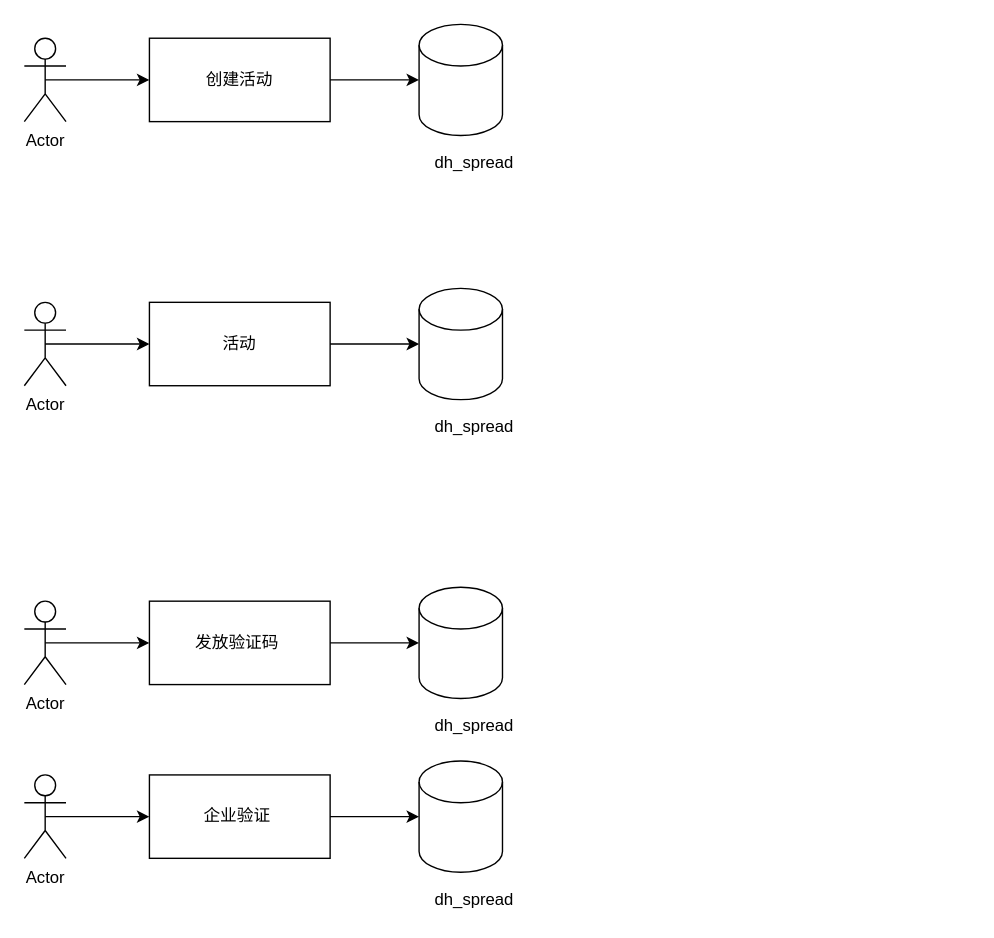
Above: Untitled Diagram.drawio in crazingforlove/learngit (draw.io), before the change. Source tidied: cells renumbered, new cells numbered last; positions are measured from the earlier drawing's top-left corner, leaving out a move shared by most shapes. Both pictures are drawn from the tidied source at 139%, with x=0, y=0 at pixel (24, 24).
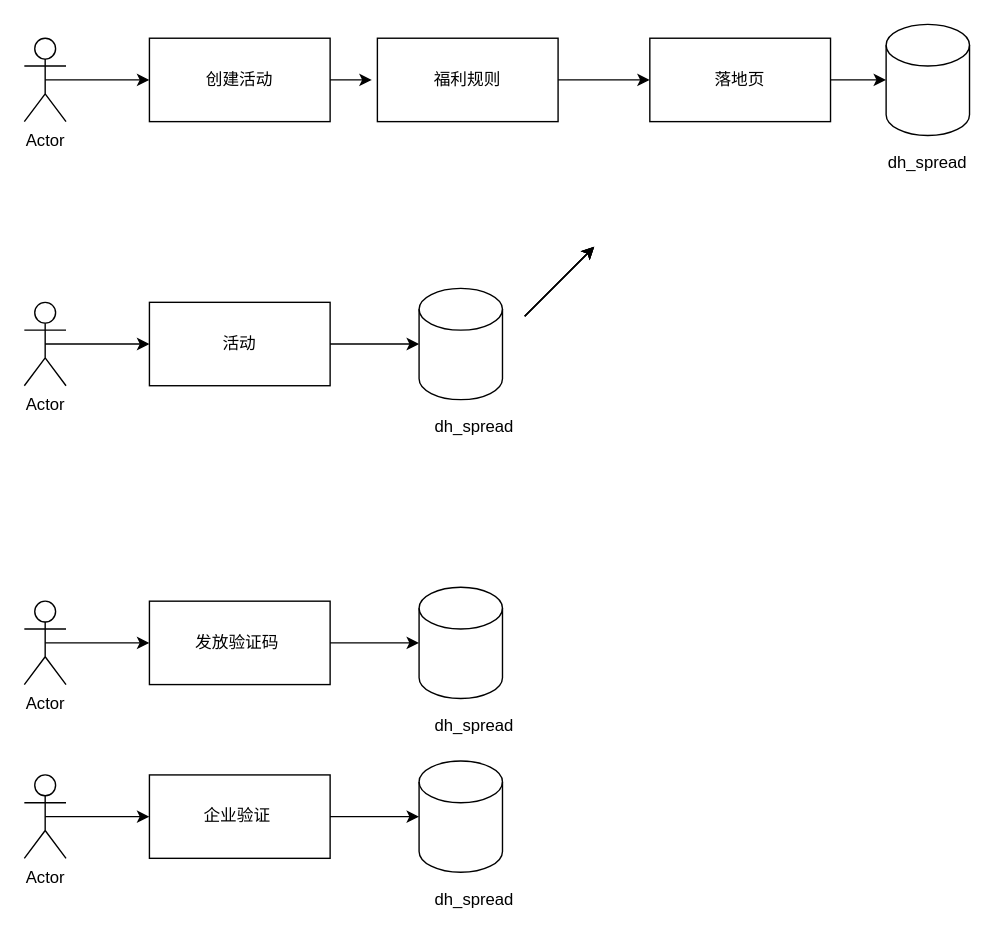
The same page after the edit.

Unchanged cells that the change refers to:
```xml
<mxCell id="3" value="创建活动" style="rounded=0;whiteSpace=wrap;html=1;" parent="1" vertex="1">
  <mxGeometry x="90" y="10" width="130" height="60" as="geometry" />
</mxCell>
```

Change to the diagram source:
```diff
@@
     <mxCell id="4" style="shape=cylinder3;whiteSpace=wrap;html=1;boundedLbl=1;backgroundOutline=1;size=15;" parent="1" vertex="1">
-      <mxGeometry x="284" width="60" height="80" as="geometry" />
+      <mxGeometry x="620" width="60" height="80" as="geometry" />
     </mxCell>
@@
-    <mxCell id="6" style="endArrow=classic;html=1;exitX=1;exitY=0.5;exitDx=0;exitDy=0;" parent="1" edge="1" source="3" target="4">
-      <mxGeometry relative="1" as="geometry">
-        <Array as="points">
-          <mxPoint x="240" y="40" />
-        </Array>
-      </mxGeometry>
+    <mxCell id="6" style="endArrow=classic;html=1;exitX=1;exitY=0.5;exitDx=0;exitDy=0;startArrow=none;" parent="1" edge="1" source="28" target="4">
+      <mxGeometry relative="1" as="geometry" />
     </mxCell>
     <mxCell id="7" value="dh_spread" style="text;html=1;strokeColor=none;fillColor=none;align=center;verticalAlign=middle;whiteSpace=wrap;rounded=0;" parent="1" vertex="1">
-      <mxGeometry x="304" y="90" width="40" height="20" as="geometry" />
+      <mxGeometry x="630" y="90" width="40" height="20" as="geometry" />
     </mxCell>
@@
+    <mxCell id="26" style="edgeStyle=orthogonalEdgeStyle;rounded=0;jettySize=auto;html=1;exitX=1;exitY=0.5;exitDx=0;exitDy=0;entryX=0;entryY=0.5;entryDx=0;entryDy=0;" parent="1" edge="1" source="27" target="28">
+      <mxGeometry relative="1" as="geometry" />
+    </mxCell>
+    <mxCell id="27" value="福利规则" style="rounded=0;whiteSpace=wrap;html=1;" parent="1" vertex="1">
+      <mxGeometry x="254" y="10" width="130" height="60" as="geometry" />
+    </mxCell>
+    <mxCell id="28" value="落地页" style="rounded=0;whiteSpace=wrap;html=1;" parent="1" vertex="1">
+      <mxGeometry x="450" y="10" width="130" height="60" as="geometry" />
+    </mxCell>
+    <mxCell id="29" style="endArrow=classic;html=1;" parent="1" edge="1">
+      <mxGeometry relative="1" as="geometry">
+        <mxPoint x="360" y="210" as="sourcePoint" />
+        <mxPoint x="410" y="160" as="targetPoint" />
+      </mxGeometry>
+    </mxCell>
+    <mxCell id="30" style="endArrow=classic;html=1;" parent="1" edge="1">
+      <mxGeometry relative="1" as="geometry">
+        <mxPoint x="360" y="210" as="sourcePoint" />
+        <mxPoint x="410" y="160" as="targetPoint" />
+      </mxGeometry>
+    </mxCell>
+    <mxCell id="31" style="endArrow=classic;html=1;exitX=1;exitY=0.5;exitDx=0;exitDy=0;" parent="1" edge="1" source="3">
+      <mxGeometry relative="1" as="geometry">
+        <mxPoint x="250" y="40" as="targetPoint" />
+      </mxGeometry>
+    </mxCell>
+    <mxCell id="32" style="endArrow=classic;html=1;" parent="1" edge="1">
+      <mxGeometry relative="1" as="geometry">
+        <mxPoint x="360" y="210" as="sourcePoint" />
+        <mxPoint x="410" y="160" as="targetPoint" />
+      </mxGeometry>
+    </mxCell>
```
